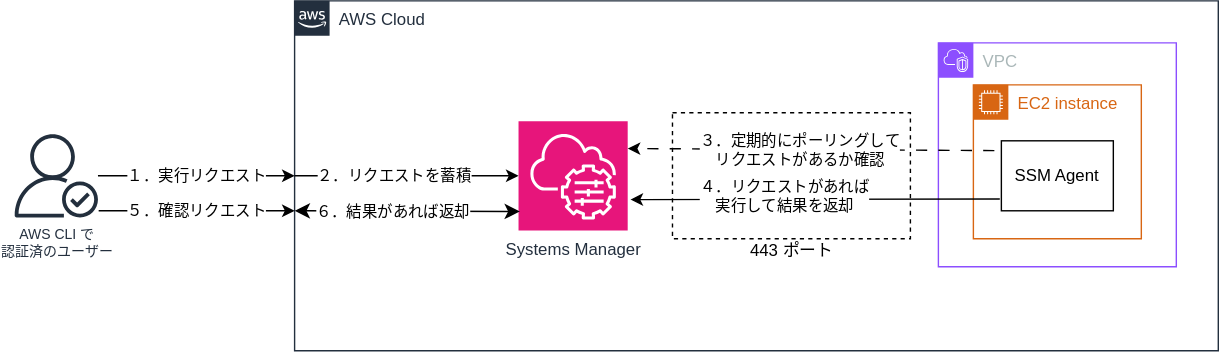
Before: docs/ssm-send-command-flow.dio.svg, a diagram exported from draw.io (kazeusagi/terraform-ssm). Source tidied: cells renumbered, new cells last; positions are measured from the earlier drawing's top-left corner, leaving out a move shared by most shapes.
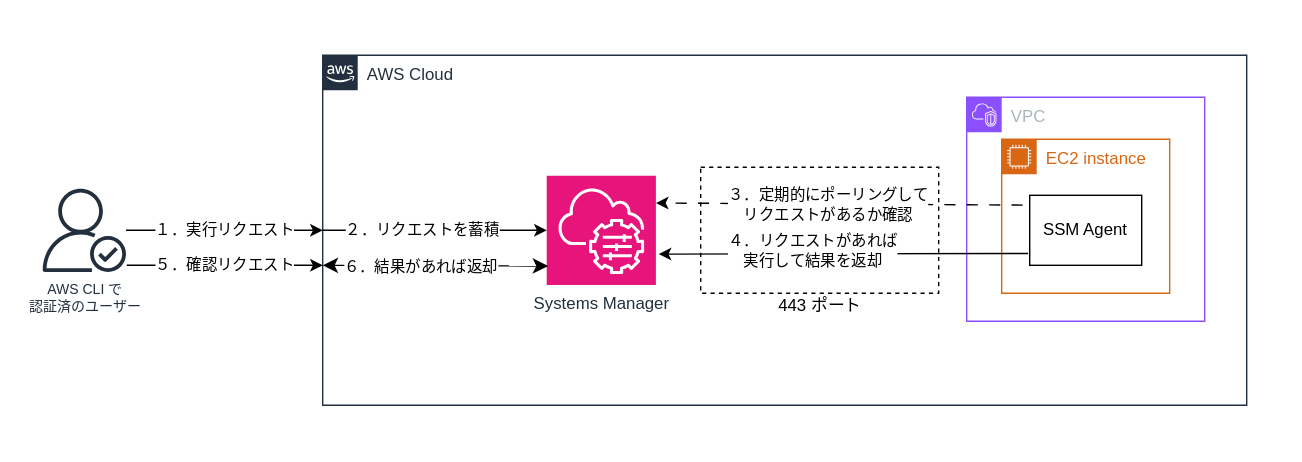
The same diagram one commit later.

Change to the diagram source:
```diff
@@ -2,6 +2,9 @@
   <root>
     <mxCell id="0" />
     <mxCell id="1" parent="0" />
+    <mxCell id="22" style="whiteSpace=wrap;html=1;fillColor=default;strokeColor=none;" parent="1" vertex="1">
+      <mxGeometry x="-30" y="-40" width="930" height="330" as="geometry" />
+    </mxCell>
     <mxCell id="2" value="AWS Cloud" style="points=[[0,0],[0.25,0],[0.5,0],[0.75,0],[1,0],[1,0.25],[1,0.5],[1,0.75],[1,1],[0.75,1],[0.5,1],[0.25,1],[0,1],[0,0.75],[0,0.5],[0,0.25]];outlineConnect=0;gradientColor=none;html=1;whiteSpace=wrap;fontSize=12;fontStyle=0;shape=mxgraph.aws4.group;grIcon=mxgraph.aws4.group_aws_cloud_alt;strokeColor=#232F3E;fillColor=none;verticalAlign=top;align=left;spacingLeft=30;fontColor=#232F3E;dashed=0;" parent="1" vertex="1">
       <mxGeometry x="200" width="660" height="250" as="geometry" />
     </mxCell>
```
